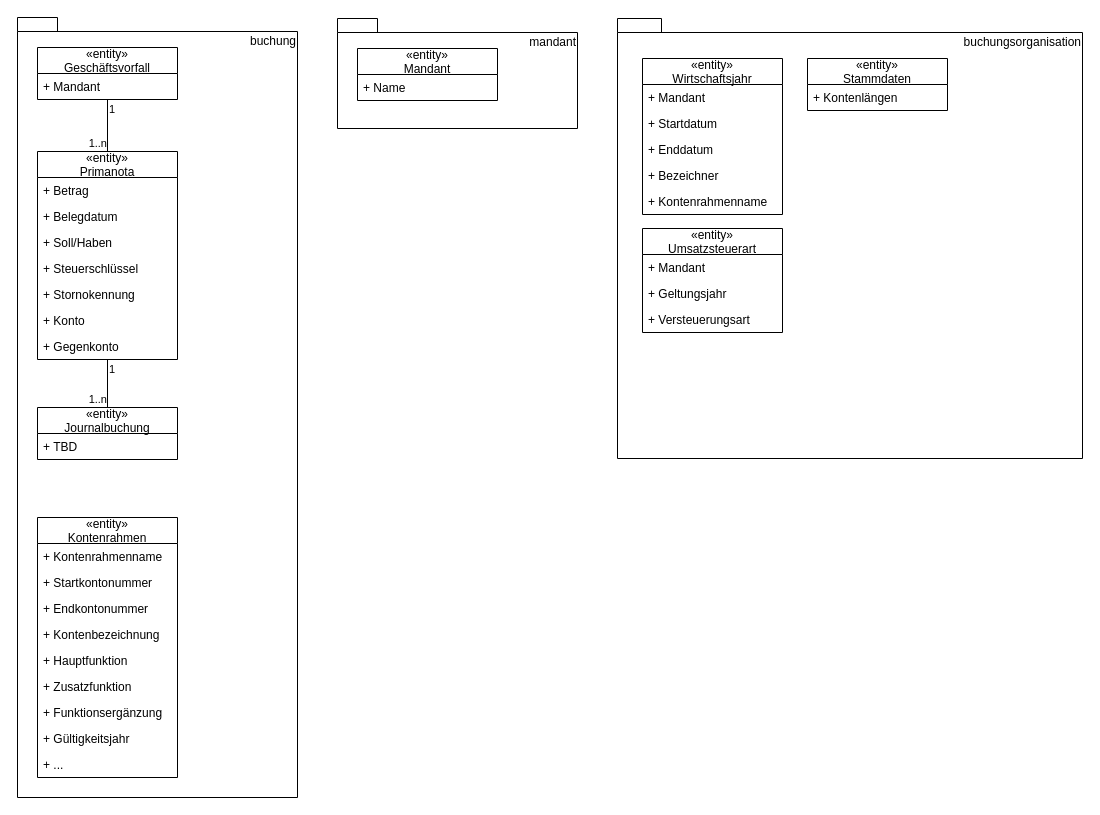
Above: page "Datenmodelle" (4 of 5) of architektur/Architektur.drawio in DirkPodolakEssquare/agenda (draw.io), before the change. Source tidied: cells renumbered, new cells numbered last; positions are measured from the earlier drawing's top-left corner, leaving out a move shared by most shapes. Both pictures are drawn from the tidied source at 100%, with x=0, y=0 at pixel (17, 17).
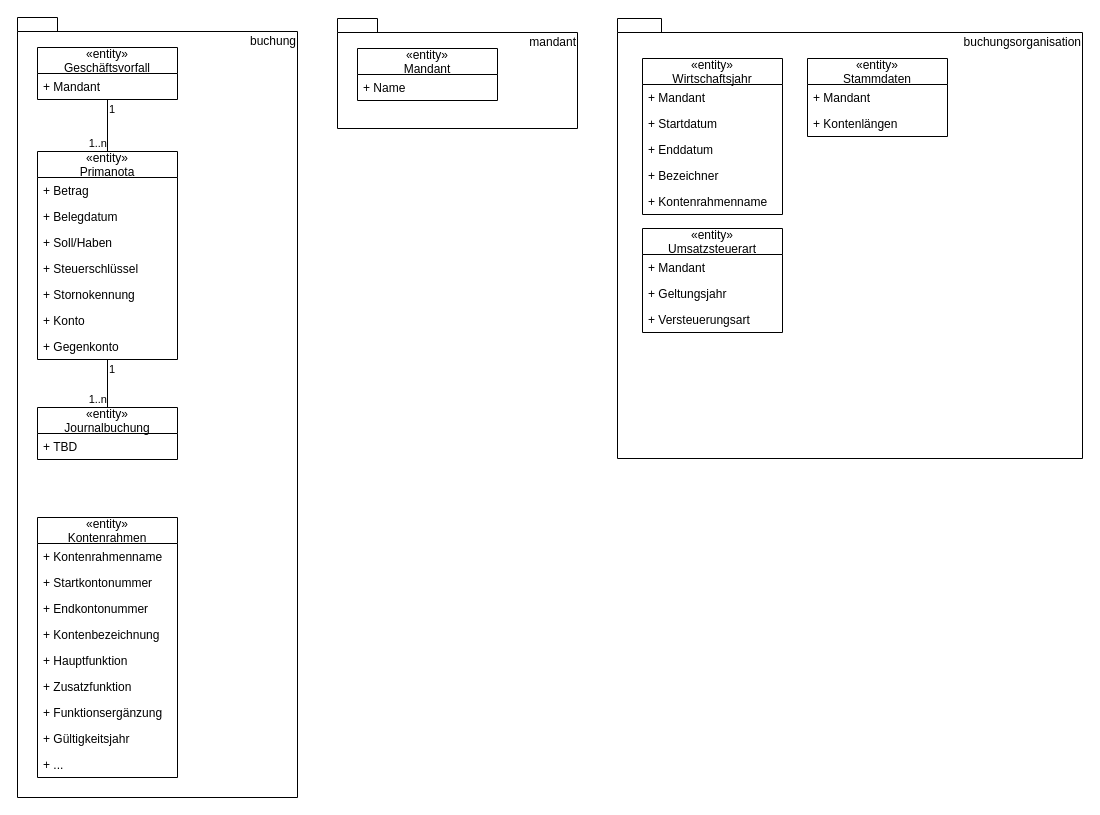
Above is the later version.

The edit, as a diff of the source:
```diff
@@
     <mxCell id="45" value="«entity»&#10;Stammdaten" style="swimlane;fontStyle=0;horizontal=1;startSize=26;fillColor=none;" parent="1" vertex="1">
-      <mxGeometry x="790" y="41" width="140" height="52" as="geometry" />
+      <mxGeometry x="790" y="41" width="140" height="78" as="geometry" />
     </mxCell>
+    <mxCell id="47" value="+ Mandant" style="text;strokeColor=none;fillColor=none;align=left;verticalAlign=top;spacingLeft=4;spacingRight=4;overflow=hidden;" parent="45" vertex="1">
+      <mxGeometry y="26" width="140" height="26" as="geometry" />
+    </mxCell>
     <mxCell id="46" value="+ Kontenlängen" style="text;strokeColor=none;fillColor=none;align=left;verticalAlign=top;spacingLeft=4;spacingRight=4;overflow=hidden;" parent="45" vertex="1">
-      <mxGeometry y="26" width="140" height="26" as="geometry" />
+      <mxGeometry y="52" width="140" height="26" as="geometry" />
     </mxCell>
```
